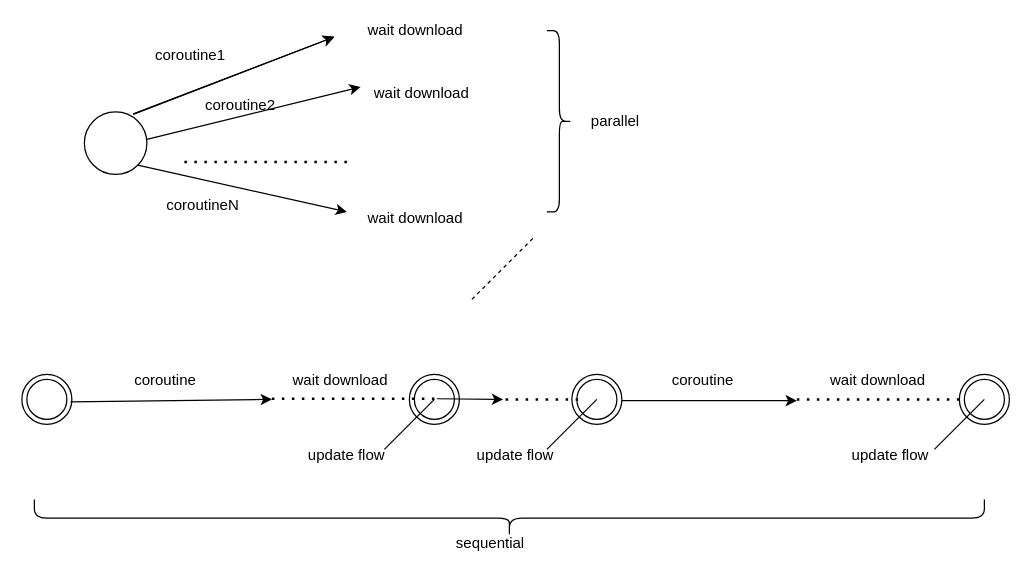
paulcristian007/nearby-restaurants-app keeps this draw.io diagram as Diagramă fără titlu.drawio. Above is the earlier version. Source tidied: cells renumbered, new cells numbered last; positions are measured from the earlier drawing's top-left corner, leaving out a move shared by most shapes. Both pictures are drawn from the tidied source at 125%, with x=0, y=0 at pixel (21, 24).
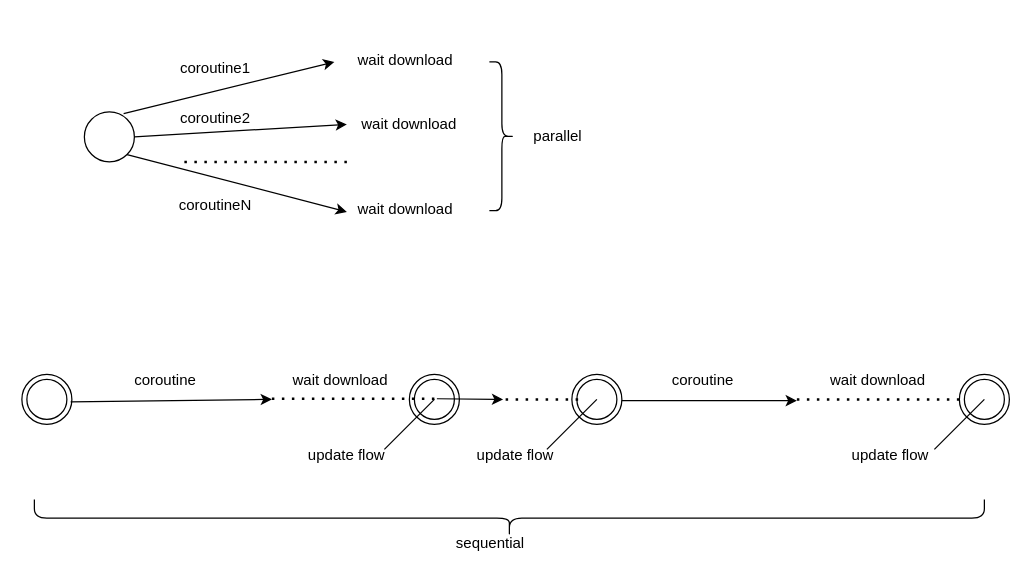
After the change.

Diff of the diagram source:
```diff
@@
     <mxCell id="2" style="ellipse;whiteSpace=wrap;html=1;" parent="1" vertex="1">
-      <mxGeometry x="50" y="70" width="50" height="50" as="geometry" />
+      <mxGeometry x="50" y="70" width="40" height="40" as="geometry" />
     </mxCell>
     <mxCell id="3" style="endArrow=classic;html=1;rounded=0;exitX=0.785;exitY=0.033;exitDx=0;exitDy=0;exitPerimeter=0;" parent="1" edge="1" source="2">
       <mxGeometry relative="1" as="geometry">
-        <mxPoint x="250" y="10" as="targetPoint" />
+        <mxPoint x="250" y="30" as="targetPoint" />
       </mxGeometry>
     </mxCell>
@@
     <mxCell id="5" value="coroutine1" style="text;strokeColor=none;align=center;fillColor=none;html=1;verticalAlign=middle;whiteSpace=wrap;rounded=0;" parent="1" vertex="1">
-      <mxGeometry x="110" y="20" width="50" height="10" as="geometry" />
+      <mxGeometry x="130" y="30" width="50" height="10" as="geometry" />
     </mxCell>
-    <mxCell id="6" style="endArrow=classic;html=1;rounded=0;exitX=0.785;exitY=0.033;exitDx=0;exitDy=0;exitPerimeter=0;" parent="1" edge="1">
-      <mxGeometry relative="1" as="geometry">
-        <mxPoint x="89" y="72" as="sourcePoint" />
-        <mxPoint x="250" y="10" as="targetPoint" />
-      </mxGeometry>
-    </mxCell>
@@
-    <mxCell id="8" style="endArrow=classic;html=1;rounded=0;exitX=0.785;exitY=0.033;exitDx=0;exitDy=0;exitPerimeter=0;" parent="1" edge="1">
+    <mxCell id="8" style="endArrow=classic;html=1;rounded=0;exitX=1;exitY=0.5;exitDx=0;exitDy=0;" parent="1" edge="1" source="2">
       <mxGeometry relative="1" as="geometry">
-        <mxPoint x="100" y="92" as="sourcePoint" />
-        <mxPoint x="271" y="50" as="targetPoint" />
+        <mxPoint x="260" y="80" as="targetPoint" />
       </mxGeometry>
     </mxCell>
     <mxCell id="9" value="coroutine2" style="text;strokeColor=none;align=center;fillColor=none;html=1;verticalAlign=middle;whiteSpace=wrap;rounded=0;" parent="1" vertex="1">
-      <mxGeometry x="150" y="60" width="50" height="10" as="geometry" />
+      <mxGeometry x="130" y="70" width="50" height="10" as="geometry" />
     </mxCell>
     <mxCell id="10" value="coroutineN" style="text;strokeColor=none;align=center;fillColor=none;html=1;verticalAlign=middle;whiteSpace=wrap;rounded=0;" parent="1" vertex="1">
-      <mxGeometry x="120" y="140" width="50" height="10" as="geometry" />
+      <mxGeometry x="130" y="140" width="50" height="10" as="geometry" />
     </mxCell>
     <mxCell id="11" value="wait download" style="text;strokeColor=none;align=center;fillColor=none;html=1;verticalAlign=middle;whiteSpace=wrap;rounded=0;" parent="1" vertex="1">
-      <mxGeometry x="260" width="110" height="10" as="geometry" />
+      <mxGeometry x="252" y="24" width="110" height="10" as="geometry" />
     </mxCell>
     <mxCell id="12" value="wait download" style="text;strokeColor=none;align=center;fillColor=none;html=1;verticalAlign=middle;whiteSpace=wrap;rounded=0;" parent="1" vertex="1">
-      <mxGeometry x="280" y="50" width="80" height="10" as="geometry" />
+      <mxGeometry x="270" y="75" width="80" height="10" as="geometry" />
     </mxCell>
     <mxCell id="13" value="wait download" style="text;strokeColor=none;align=center;fillColor=none;html=1;verticalAlign=middle;whiteSpace=wrap;rounded=0;" parent="1" vertex="1">
-      <mxGeometry x="275" y="150" width="80" height="10" as="geometry" />
+      <mxGeometry x="267" y="143" width="80" height="10" as="geometry" />
     </mxCell>
-    <mxCell id="14" style="shape=curlyBracket;whiteSpace=wrap;html=1;rounded=1;flipH=1;labelPosition=right;verticalLabelPosition=middle;align=left;verticalAlign=middle;" parent="1" vertex="1">
-      <mxGeometry x="420" y="5" width="20" height="145" as="geometry" />
+    <mxCell id="14" style="shape=curlyBracket;whiteSpace=wrap;html=1;rounded=1;flipH=1;labelPosition=right;verticalLabelPosition=middle;align=left;verticalAlign=middle;size=0.5;" parent="1" vertex="1">
+      <mxGeometry x="374" y="30" width="20" height="119" as="geometry" />
     </mxCell>
     <mxCell id="15" value="parallel" style="text;strokeColor=none;align=center;fillColor=none;html=1;verticalAlign=middle;whiteSpace=wrap;rounded=0;" parent="1" vertex="1">
-      <mxGeometry x="440" y="72.5" width="70" height="10" as="geometry" />
+      <mxGeometry x="394" y="84.5" width="70" height="10" as="geometry" />
     </mxCell>
@@
-    <mxCell id="28" style="endArrow=none;dashed=1;html=1;rounded=0;" parent="1" edge="1">
-      <mxGeometry relative="1" as="geometry">
-        <mxPoint x="360" y="220" as="sourcePoint" />
-        <mxPoint x="410" y="170" as="targetPoint" />
-      </mxGeometry>
-    </mxCell>
```
